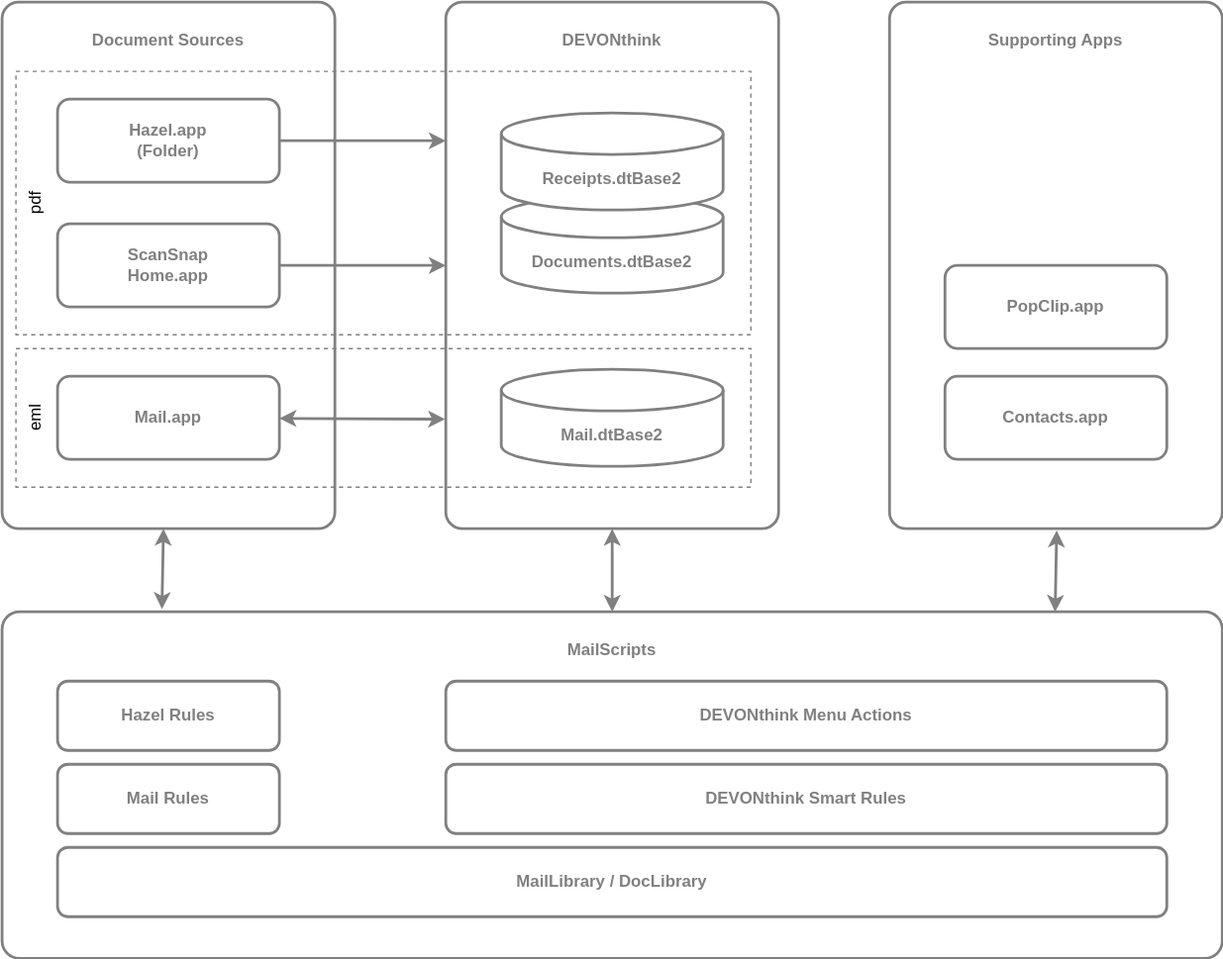
Before: Docs/architecture.drawio.svg, a diagram exported from draw.io (s17n/MailScripts). Source tidied: cells renumbered, new cells last; positions are measured from the earlier drawing's top-left corner, leaving out a move shared by most shapes.
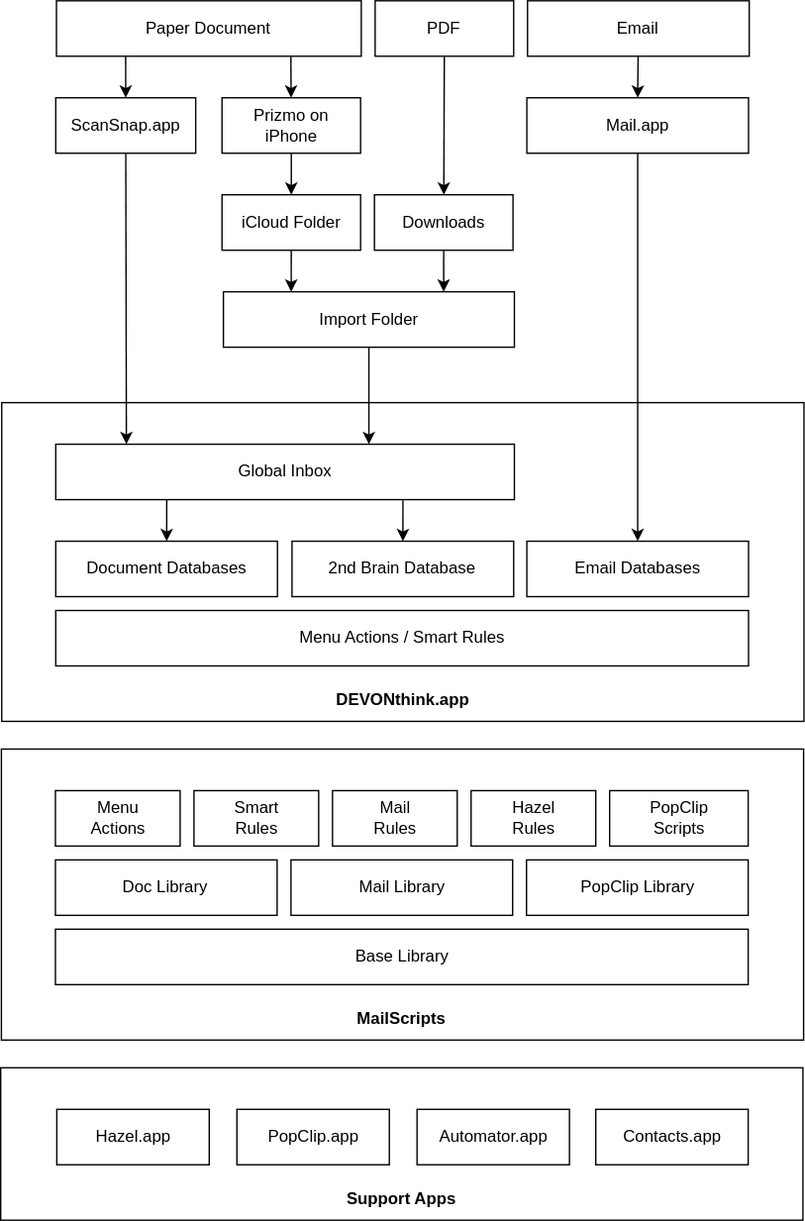
After the change.

The edit, as a diff of the source:
```diff
@@ -2,97 +2,133 @@
   <root>
     <mxCell id="0" />
     <mxCell id="1" parent="0" />
-    <mxCell id="2" value="&lt;br&gt;Supporting Apps" style="rounded=1;whiteSpace=wrap;html=1;arcSize=5;fontSize=12;verticalAlign=top;fontStyle=1;fontColor=#808080;fontFamily=Helvetica;strokeColor=#808080;strokeWidth=2;fillColor=none;" parent="1" vertex="1">
-      <mxGeometry x="640" width="240" height="380" as="geometry" />
-    </mxCell>
-    <mxCell id="3" value="&lt;br&gt;Document Sources" style="rounded=1;whiteSpace=wrap;html=1;arcSize=5;fontSize=12;verticalAlign=top;fontStyle=1;fontColor=#808080;fontFamily=Helvetica;strokeColor=#808080;strokeWidth=2;fillColor=none;" parent="1" vertex="1">
-      <mxGeometry width="240" height="380" as="geometry" />
-    </mxCell>
-    <mxCell id="4" value="&lt;br style=&quot;font-size: 12px;&quot;&gt;DEVONthink" style="rounded=1;whiteSpace=wrap;html=1;arcSize=5;fontSize=12;verticalAlign=top;fontStyle=1;fontColor=#808080;fontFamily=Helvetica;strokeColor=#808080;strokeWidth=2;fillColor=none;" parent="1" vertex="1">
-      <mxGeometry x="320" width="240" height="380" as="geometry" />
-    </mxCell>
-    <mxCell id="5" value="eml" style="rounded=0;whiteSpace=wrap;html=1;fillColor=none;strokeWidth=1;align=center;horizontal=0;verticalAlign=top;strokeColor=#808080;fontColor=#000000;dashed=1;" parent="1" vertex="1">
-      <mxGeometry x="10" y="250" width="530" height="100" as="geometry" />
-    </mxCell>
-    <mxCell id="6" style="edgeStyle=none;html=1;entryX=0.131;entryY=-0.008;entryDx=0;entryDy=0;entryPerimeter=0;fontColor=#808080;startArrow=classic;startFill=1;fontSize=12;strokeColor=#808080;fontStyle=1;strokeWidth=2;" parent="1" edge="1" source="3" target="16">
-      <mxGeometry relative="1" as="geometry" />
-    </mxCell>
-    <mxCell id="7" value="pdf" style="rounded=0;whiteSpace=wrap;html=1;fillColor=none;strokeWidth=1;verticalAlign=top;horizontal=0;fontColor=#000000;strokeColor=#808080;dashed=1;" parent="1" vertex="1">
-      <mxGeometry x="10" y="50" width="530" height="190" as="geometry" />
-    </mxCell>
-    <mxCell id="8" style="edgeStyle=none;html=1;entryX=-0.002;entryY=0.792;entryDx=0;entryDy=0;entryPerimeter=0;fontSize=12;strokeColor=#808080;fontColor=#808080;fontStyle=1;strokeWidth=2;startArrow=classic;startFill=1;" parent="1" edge="1" source="9" target="4">
-      <mxGeometry relative="1" as="geometry" />
-    </mxCell>
+    <mxCell id="29" value="Support Apps" style="rounded=0;whiteSpace=wrap;html=1;fillColor=none;verticalAlign=bottom;spacingBottom=6;fontStyle=1;" parent="1" vertex="1">
+      <mxGeometry x="760" y="690" width="579" height="110" as="geometry" />
+    </mxCell>
+    <mxCell id="30" value="DEVONthink.app" style="rounded=0;whiteSpace=wrap;html=1;fillColor=none;verticalAlign=bottom;align=center;horizontal=1;spacingBottom=6;fontStyle=1;" parent="1" vertex="1">
+      <mxGeometry x="760.8" y="210" width="579" height="230" as="geometry" />
+    </mxCell>
+    <mxCell id="31" value="Email Databases" style="rounded=0;whiteSpace=wrap;html=1;fillColor=none;" parent="1" vertex="1">
+      <mxGeometry x="1139.8" y="310" width="160" height="40" as="geometry" />
+    </mxCell>
+    <mxCell id="32" style="edgeStyle=none;html=1;entryX=0.242;entryY=1.007;entryDx=0;entryDy=0;endArrow=none;endFill=0;startArrow=classic;startFill=1;entryPerimeter=0;" parent="1" edge="1" source="33" target="34">
+      <mxGeometry relative="1" as="geometry" />
+    </mxCell>
+    <mxCell id="33" value="Document Databases" style="rounded=0;whiteSpace=wrap;html=1;fillColor=none;" parent="1" vertex="1">
+      <mxGeometry x="799.8" y="310" width="160" height="40" as="geometry" />
+    </mxCell>
+    <mxCell id="34" value="Global Inbox" style="rounded=0;whiteSpace=wrap;html=1;fillColor=none;" parent="1" vertex="1">
+      <mxGeometry x="799.8" y="240" width="331" height="40" as="geometry" />
+    </mxCell>
+    <mxCell id="35" style="edgeStyle=none;html=1;entryX=0.5;entryY=0;entryDx=0;entryDy=0;" parent="1" edge="1" source="9" target="31">
+      <mxGeometry relative="1" as="geometry" />
+    </mxCell>
-    <mxCell id="9" value="Mail.app" style="rounded=1;whiteSpace=wrap;html=1;fontSize=12;fontStyle=1;fontColor=#808080;fontFamily=Helvetica;strokeColor=#808080;strokeWidth=2;" parent="1" vertex="1">
-      <mxGeometry x="40" y="270" width="160" height="60" as="geometry" />
+    <mxCell id="9" value="Mail.app" style="rounded=0;whiteSpace=wrap;html=1;fillColor=none;" parent="1" vertex="1">
+      <mxGeometry x="1139.8" y="-10" width="160" height="40" as="geometry" />
     </mxCell>
-    <mxCell id="10" style="edgeStyle=orthogonalEdgeStyle;html=1;entryX=0.5;entryY=0;entryDx=0;entryDy=0;fontSize=12;startArrow=classic;startFill=1;fontStyle=1;fontColor=#808080;fontFamily=Helvetica;strokeColor=#808080;strokeWidth=2;" parent="1" edge="1" source="4" target="16">
-      <mxGeometry relative="1" as="geometry" />
-    </mxCell>
-    <mxCell id="11" value="Contacts.app" style="rounded=1;whiteSpace=wrap;html=1;fontSize=12;fontStyle=1;fontColor=#808080;fontFamily=Helvetica;strokeColor=#808080;strokeWidth=2;" parent="1" vertex="1">
-      <mxGeometry x="680" y="270" width="160" height="60" as="geometry" />
-    </mxCell>
-    <mxCell id="12" style="edgeStyle=none;html=1;fontSize=12;strokeColor=#808080;fontColor=#808080;fontStyle=1;strokeWidth=2;entryX=0;entryY=0.5;entryDx=0;entryDy=0;" parent="1" edge="1" source="13" target="4">
-      <mxGeometry relative="1" as="geometry" />
-    </mxCell>
-    <mxCell id="13" value="ScanSnap &lt;br&gt;Home.app" style="rounded=1;whiteSpace=wrap;html=1;fontSize=12;fontStyle=1;fontColor=#808080;fontFamily=Helvetica;strokeColor=#808080;strokeWidth=2;" parent="1" vertex="1">
-      <mxGeometry x="40" y="160" width="160" height="60" as="geometry" />
-    </mxCell>
-    <mxCell id="14" style="edgeStyle=none;html=1;fontSize=12;strokeColor=#808080;fontColor=#808080;fontStyle=1;strokeWidth=2;" parent="1" edge="1" source="15">
-      <mxGeometry relative="1" as="geometry">
-        <mxPoint x="320" y="100" as="targetPoint" />
-      </mxGeometry>
-    </mxCell>
-    <mxCell id="15" value="Hazel.app&lt;br&gt;(Folder)" style="rounded=1;whiteSpace=wrap;html=1;fontSize=12;fontStyle=1;fontColor=#808080;fontFamily=Helvetica;strokeWidth=2;strokeColor=#808080;" parent="1" vertex="1">
-      <mxGeometry x="40" y="70" width="160" height="60" as="geometry" />
-    </mxCell>
-    <mxCell id="16" value="&lt;br&gt;MailScripts" style="rounded=1;whiteSpace=wrap;html=1;fontSize=12;fontStyle=1;fontColor=#808080;fontFamily=Helvetica;strokeColor=#808080;strokeWidth=2;verticalAlign=top;arcSize=5;fillColor=none;" parent="1" vertex="1">
-      <mxGeometry y="440" width="880" height="250" as="geometry" />
-    </mxCell>
-    <mxCell id="17" value="Mail.dtBase2" style="shape=cylinder3;whiteSpace=wrap;html=1;boundedLbl=1;backgroundOutline=1;size=15;fontSize=12;fontStyle=1;fontColor=#808080;fontFamily=Helvetica;strokeColor=#808080;strokeWidth=2;" parent="1" vertex="1">
-      <mxGeometry x="360" y="265" width="160" height="70" as="geometry" />
-    </mxCell>
-    <mxCell id="18" value="Documents.dtBase2" style="shape=cylinder3;whiteSpace=wrap;html=1;boundedLbl=1;backgroundOutline=1;size=15;fontSize=12;fontStyle=1;fontColor=#808080;fontFamily=Helvetica;strokeColor=#808080;strokeWidth=2;" parent="1" vertex="1">
-      <mxGeometry x="360" y="140" width="160" height="70" as="geometry" />
-    </mxCell>
-    <mxCell id="19" value="Receipts.dtBase2" style="shape=cylinder3;whiteSpace=wrap;html=1;boundedLbl=1;backgroundOutline=1;size=15;fontSize=12;fontStyle=1;fontColor=#808080;fontFamily=Helvetica;strokeColor=#808080;strokeWidth=2;" parent="1" vertex="1">
-      <mxGeometry x="360" y="80" width="160" height="70" as="geometry" />
-    </mxCell>
-    <mxCell id="20" style="endArrow=none;html=1;strokeColor=none;strokeWidth=2;fontFamily=Helvetica;fontSize=12;fontColor=default;labelBackgroundColor=default;" parent="1" edge="1">
-      <mxGeometry relative="1" as="geometry">
-        <mxPoint y="560" as="sourcePoint" />
-        <mxPoint as="targetPoint" />
-      </mxGeometry>
-    </mxCell>
-    <mxCell id="21" style="endArrow=none;html=1;strokeColor=none;strokeWidth=2;fontFamily=Helvetica;fontSize=12;fontColor=default;labelBackgroundColor=default;" parent="1" edge="1">
-      <mxGeometry relative="1" as="geometry">
-        <mxPoint x="840" y="560" as="sourcePoint" />
-        <mxPoint x="840" as="targetPoint" />
-      </mxGeometry>
-    </mxCell>
-    <mxCell id="22" style="edgeStyle=none;html=1;entryX=0.131;entryY=-0.008;entryDx=0;entryDy=0;entryPerimeter=0;fontColor=#808080;startArrow=classic;startFill=1;fontSize=12;strokeColor=#808080;fontStyle=1;strokeWidth=2;" parent="1" edge="1">
-      <mxGeometry relative="1" as="geometry">
-        <mxPoint x="760.6" y="381.2" as="sourcePoint" />
-        <mxPoint x="759.4" y="440" as="targetPoint" />
-      </mxGeometry>
-    </mxCell>
-    <mxCell id="23" value="MailLibrary / DocLibrary" style="rounded=1;whiteSpace=wrap;html=1;fontSize=12;fontStyle=1;fontColor=#808080;fontFamily=Helvetica;strokeColor=#808080;strokeWidth=2;" parent="1" vertex="1">
-      <mxGeometry x="40" y="610" width="800" height="50" as="geometry" />
-    </mxCell>
+    <mxCell id="36" value="Menu Actions / Smart Rules" style="rounded=0;whiteSpace=wrap;html=1;fillColor=none;" parent="1" vertex="1">
+      <mxGeometry x="799.8" y="360" width="500" height="40" as="geometry" />
+    </mxCell>
+    <mxCell id="37" value="Doc&amp;nbsp;Library" style="rounded=0;whiteSpace=wrap;html=1;fillColor=none;" parent="1" vertex="1">
+      <mxGeometry x="799.5" y="540" width="160" height="40" as="geometry" />
+    </mxCell>
+    <mxCell id="38" value="Mail Library" style="rounded=0;whiteSpace=wrap;html=1;fillColor=none;" parent="1" vertex="1">
+      <mxGeometry x="969.5" y="540" width="160" height="40" as="geometry" />
+    </mxCell>
+    <mxCell id="39" value="Base Library" style="rounded=0;whiteSpace=wrap;html=1;fillColor=none;" parent="1" vertex="1">
+      <mxGeometry x="799.5" y="590" width="500" height="40" as="geometry" />
+    </mxCell>
+    <mxCell id="40" value="PopClip Library" style="rounded=0;whiteSpace=wrap;html=1;fillColor=none;" parent="1" vertex="1">
+      <mxGeometry x="1139.5" y="540" width="160" height="40" as="geometry" />
+    </mxCell>
+    <mxCell id="41" value="Menu &lt;br&gt;Actions" style="rounded=0;whiteSpace=wrap;html=1;fillColor=none;" parent="1" vertex="1">
+      <mxGeometry x="799.5" y="490" width="90" height="40" as="geometry" />
+    </mxCell>
+    <mxCell id="42" value="Smart &lt;br&gt;Rules" style="rounded=0;whiteSpace=wrap;html=1;fillColor=none;" parent="1" vertex="1">
+      <mxGeometry x="899.5" y="490" width="90" height="40" as="geometry" />
+    </mxCell>
-    <mxCell id="24" value="Hazel Rules" style="rounded=1;whiteSpace=wrap;html=1;fontSize=12;fontStyle=1;fontColor=#808080;fontFamily=Helvetica;strokeColor=#808080;strokeWidth=2;" parent="1" vertex="1">
-      <mxGeometry x="40" y="490" width="160" height="50" as="geometry" />
+    <mxCell id="24" value="Hazel&lt;br&gt;Rules" style="rounded=0;whiteSpace=wrap;html=1;fillColor=none;" parent="1" vertex="1">
+      <mxGeometry x="1099.5" y="490" width="90" height="40" as="geometry" />
     </mxCell>
-    <mxCell id="25" value="Mail Rules" style="rounded=1;whiteSpace=wrap;html=1;fontSize=12;fontStyle=1;fontColor=#808080;fontFamily=Helvetica;strokeColor=#808080;strokeWidth=2;" parent="1" vertex="1">
-      <mxGeometry x="40" y="550" width="160" height="50" as="geometry" />
+    <mxCell id="25" value="Mail &lt;br&gt;Rules" style="rounded=0;whiteSpace=wrap;html=1;fillColor=none;" parent="1" vertex="1">
+      <mxGeometry x="999.5" y="490" width="90" height="40" as="geometry" />
     </mxCell>
-    <mxCell id="26" value="DEVONthink Menu Actions" style="rounded=1;whiteSpace=wrap;html=1;fontSize=12;fontStyle=1;fontColor=#808080;fontFamily=Helvetica;strokeColor=#808080;strokeWidth=2;" parent="1" vertex="1">
-      <mxGeometry x="320" y="490" width="520" height="50" as="geometry" />
-    </mxCell>
-    <mxCell id="27" value="DEVONthink Smart Rules" style="rounded=1;whiteSpace=wrap;html=1;fontSize=12;fontStyle=1;fontColor=#808080;fontFamily=Helvetica;strokeColor=#808080;strokeWidth=2;" parent="1" vertex="1">
-      <mxGeometry x="320" y="550" width="520" height="50" as="geometry" />
-    </mxCell>
+    <mxCell id="43" value="PopClip&lt;br&gt;Scripts" style="rounded=0;whiteSpace=wrap;html=1;fillColor=none;" parent="1" vertex="1">
+      <mxGeometry x="1199.5" y="490" width="100" height="40" as="geometry" />
+    </mxCell>
+    <mxCell id="44" style="edgeStyle=none;html=1;endArrow=none;endFill=0;startArrow=classic;startFill=1;entryX=0.757;entryY=1.013;entryDx=0;entryDy=0;entryPerimeter=0;" parent="1" edge="1" source="45" target="34">
+      <mxGeometry relative="1" as="geometry" />
+    </mxCell>
+    <mxCell id="45" value="2nd Brain Database" style="rounded=0;whiteSpace=wrap;html=1;fillColor=none;" parent="1" vertex="1">
+      <mxGeometry x="970.2" y="310" width="160" height="40" as="geometry" />
+    </mxCell>
+    <mxCell id="16" value="MailScripts" style="rounded=0;whiteSpace=wrap;html=1;fillColor=none;verticalAlign=bottom;spacingBottom=6;fontStyle=1;" parent="1" vertex="1">
+      <mxGeometry x="760.5" y="460" width="579" height="210" as="geometry" />
+    </mxCell>
+    <mxCell id="46" style="edgeStyle=none;html=1;entryX=0.154;entryY=0;entryDx=0;entryDy=0;entryPerimeter=0;" parent="1" edge="1" source="47" target="34">
+      <mxGeometry relative="1" as="geometry" />
+    </mxCell>
+    <mxCell id="47" value="ScanSnap.app" style="rounded=0;whiteSpace=wrap;html=1;fillColor=none;" parent="1" vertex="1">
+      <mxGeometry x="799.8" y="-10" width="101" height="40" as="geometry" />
+    </mxCell>
+    <mxCell id="48" style="edgeStyle=none;html=1;" parent="1" edge="1" source="49">
+      <mxGeometry relative="1" as="geometry">
+        <mxPoint x="1025.8" y="240" as="targetPoint" />
+      </mxGeometry>
+    </mxCell>
+    <mxCell id="49" value="Import Folder" style="rounded=0;whiteSpace=wrap;html=1;fillColor=none;" parent="1" vertex="1">
+      <mxGeometry x="920.8" y="130" width="210" height="40" as="geometry" />
+    </mxCell>
+    <mxCell id="50" style="edgeStyle=none;html=1;endArrow=classic;endFill=1;entryX=0.757;entryY=0;entryDx=0;entryDy=0;entryPerimeter=0;" parent="1" edge="1" source="51" target="49">
+      <mxGeometry relative="1" as="geometry" />
+    </mxCell>
+    <mxCell id="51" value="Downloads" style="rounded=0;whiteSpace=wrap;html=1;fillColor=none;" parent="1" vertex="1">
+      <mxGeometry x="1029.8" y="60" width="100" height="40" as="geometry" />
+    </mxCell>
+    <mxCell id="52" style="edgeStyle=none;html=1;entryX=0.233;entryY=0;entryDx=0;entryDy=0;entryPerimeter=0;endArrow=classic;endFill=1;" parent="1" edge="1" source="53" target="49">
+      <mxGeometry relative="1" as="geometry" />
+    </mxCell>
+    <mxCell id="53" value="iCloud Folder" style="rounded=0;whiteSpace=wrap;html=1;fillColor=none;" parent="1" vertex="1">
+      <mxGeometry x="919.8" y="60" width="100" height="40" as="geometry" />
+    </mxCell>
+    <mxCell id="54" value="Hazel.app" style="rounded=0;whiteSpace=wrap;html=1;fillColor=none;" parent="1" vertex="1">
+      <mxGeometry x="800.5" y="720" width="110" height="40" as="geometry" />
+    </mxCell>
-    <mxCell id="28" value="PopClip.app" style="rounded=1;whiteSpace=wrap;html=1;fontSize=12;fontStyle=1;fontColor=#808080;fontFamily=Helvetica;strokeColor=#808080;strokeWidth=2;" parent="1" vertex="1">
-      <mxGeometry x="680" y="190" width="160" height="60" as="geometry" />
+    <mxCell id="28" value="PopClip.app" style="rounded=0;whiteSpace=wrap;html=1;fillColor=none;" parent="1" vertex="1">
+      <mxGeometry x="930.5" y="720" width="110" height="40" as="geometry" />
     </mxCell>
+    <mxCell id="55" value="Automator.app" style="rounded=0;whiteSpace=wrap;html=1;fillColor=none;" parent="1" vertex="1">
+      <mxGeometry x="1060.5" y="720" width="110" height="40" as="geometry" />
+    </mxCell>
+    <mxCell id="56" style="edgeStyle=none;html=1;endArrow=classic;endFill=1;exitX=0.769;exitY=1.001;exitDx=0;exitDy=0;exitPerimeter=0;" parent="1" edge="1" source="58" target="62">
+      <mxGeometry relative="1" as="geometry" />
+    </mxCell>
+    <mxCell id="57" style="edgeStyle=none;html=1;entryX=0.5;entryY=0;entryDx=0;entryDy=0;exitX=0.227;exitY=1;exitDx=0;exitDy=0;exitPerimeter=0;" parent="1" edge="1" source="58" target="47">
+      <mxGeometry relative="1" as="geometry" />
+    </mxCell>
+    <mxCell id="58" value="Paper Document" style="rounded=0;whiteSpace=wrap;html=1;fillColor=none;" parent="1" vertex="1">
+      <mxGeometry x="800.2" y="-80" width="220" height="40" as="geometry" />
+    </mxCell>
+    <mxCell id="59" style="edgeStyle=none;html=1;" parent="1" edge="1" source="60" target="51">
+      <mxGeometry relative="1" as="geometry" />
+    </mxCell>
+    <mxCell id="60" value="PDF" style="rounded=0;whiteSpace=wrap;html=1;fillColor=none;" parent="1" vertex="1">
+      <mxGeometry x="1030.2" y="-80" width="100" height="40" as="geometry" />
+    </mxCell>
+    <mxCell id="61" style="edgeStyle=none;html=1;endArrow=classic;endFill=1;" parent="1" edge="1" source="62" target="53">
+      <mxGeometry relative="1" as="geometry" />
+    </mxCell>
+    <mxCell id="62" value="Prizmo on &lt;br&gt;iPhone" style="rounded=0;whiteSpace=wrap;html=1;fillColor=none;" parent="1" vertex="1">
+      <mxGeometry x="919.8" y="-10" width="100" height="40" as="geometry" />
+    </mxCell>
+    <mxCell id="11" value="Contacts.app" style="rounded=0;whiteSpace=wrap;html=1;fillColor=none;" parent="1" vertex="1">
+      <mxGeometry x="1189.5" y="720" width="110" height="40" as="geometry" />
+    </mxCell>
+    <mxCell id="63" style="edgeStyle=none;html=1;entryX=0.5;entryY=0;entryDx=0;entryDy=0;endArrow=classic;endFill=1;" parent="1" edge="1" source="64" target="9">
+      <mxGeometry relative="1" as="geometry" />
+    </mxCell>
+    <mxCell id="64" value="Email" style="rounded=0;whiteSpace=wrap;html=1;fillColor=none;" parent="1" vertex="1">
+      <mxGeometry x="1140.2" y="-80" width="160" height="40" as="geometry" />
+    </mxCell>
   </root>
 </mxGraphModel>
```
